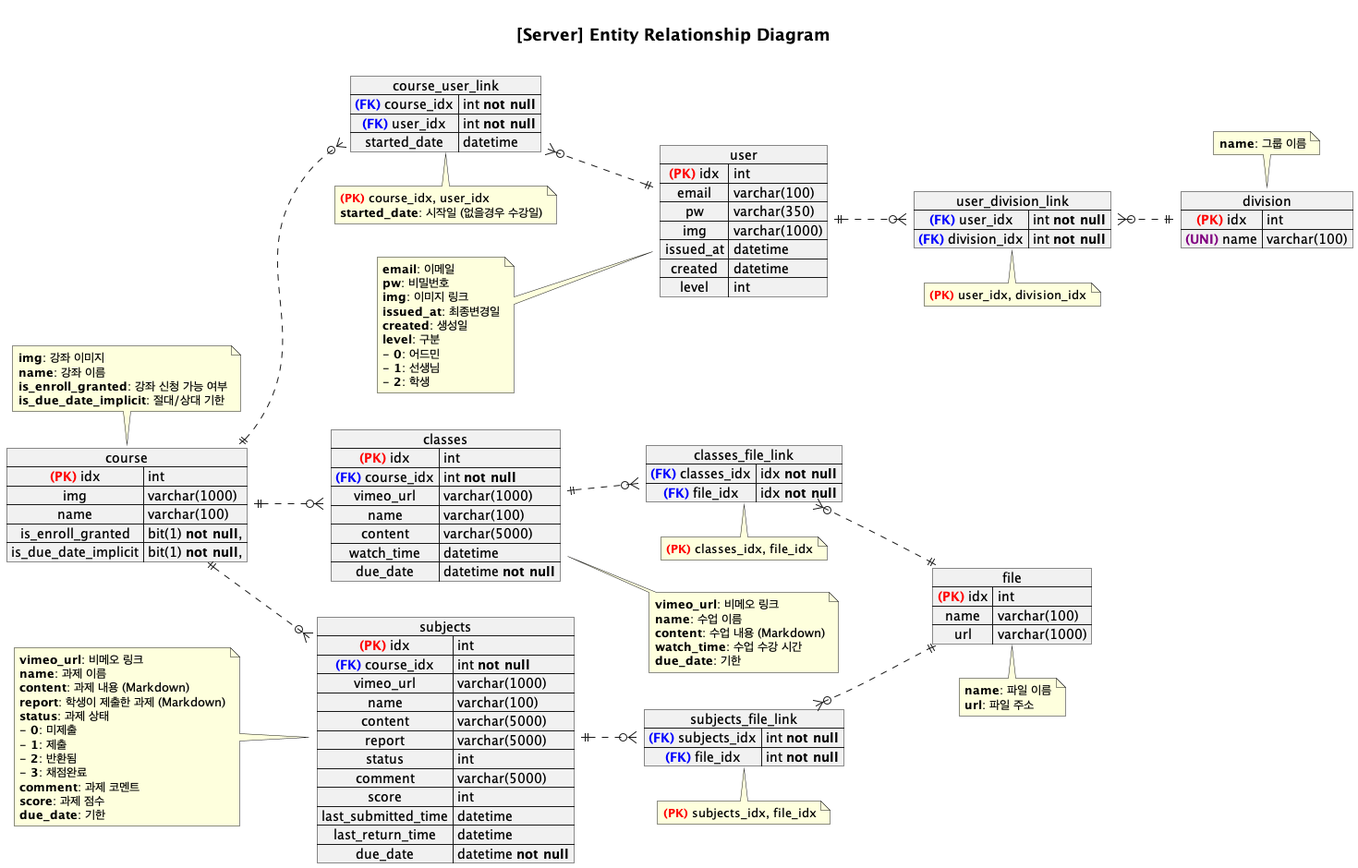
Before: design/erd.png, a diagram exported from PlantUML (DokySp/project-emt).
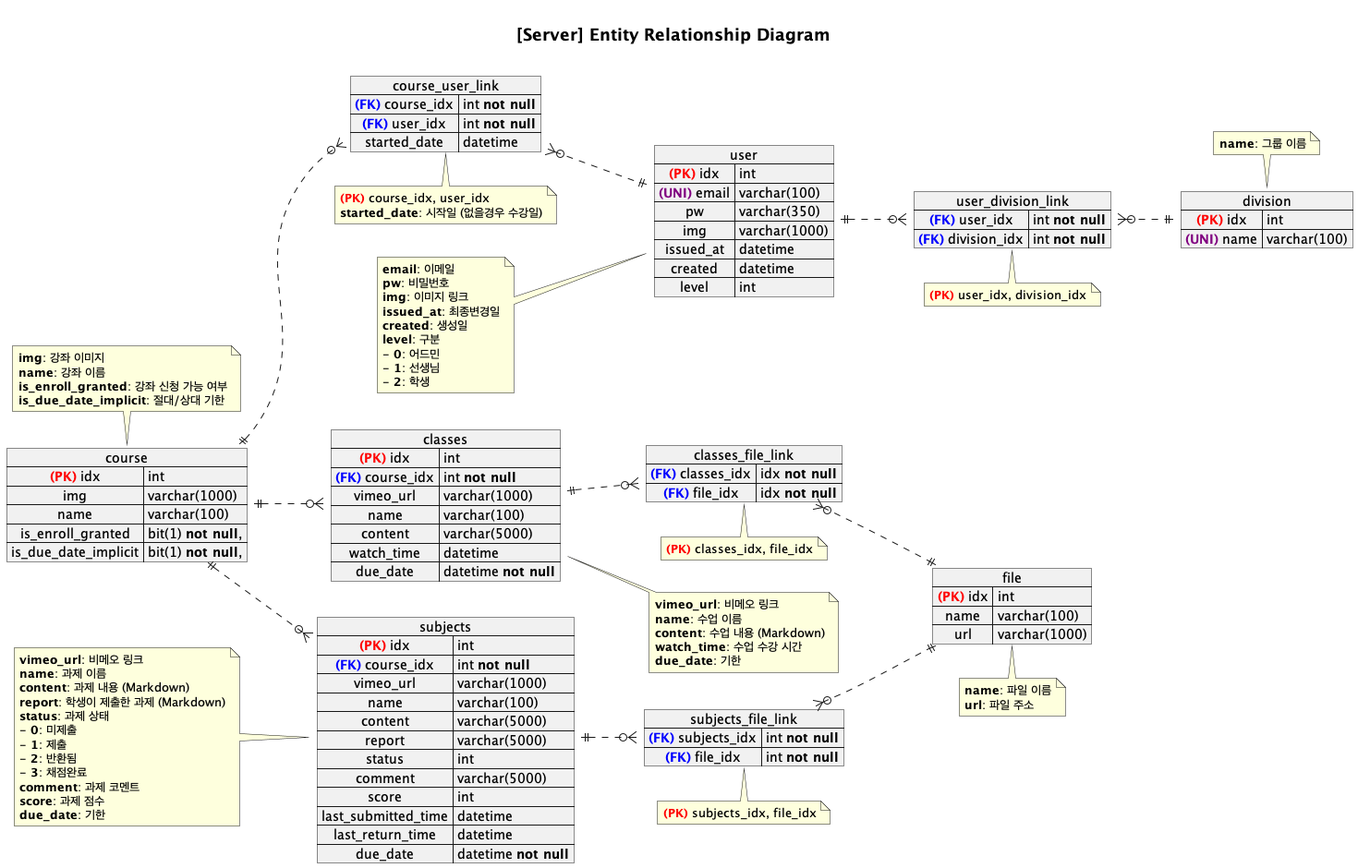
Later version of the same file.

Commit message:
user 기능 추가 / erd 일부 변경

Change to the diagram source:
```diff
@@ -56,7 +56,7 @@
 
 map user {
   <color:red>**(PK)**</color> idx => int
-  email => varchar(100)
+  <color:purple>**(UNI)**</color> email => varchar(100)
   pw => varchar(350)
   img => varchar(1000)
   issued_at => datetime
```
